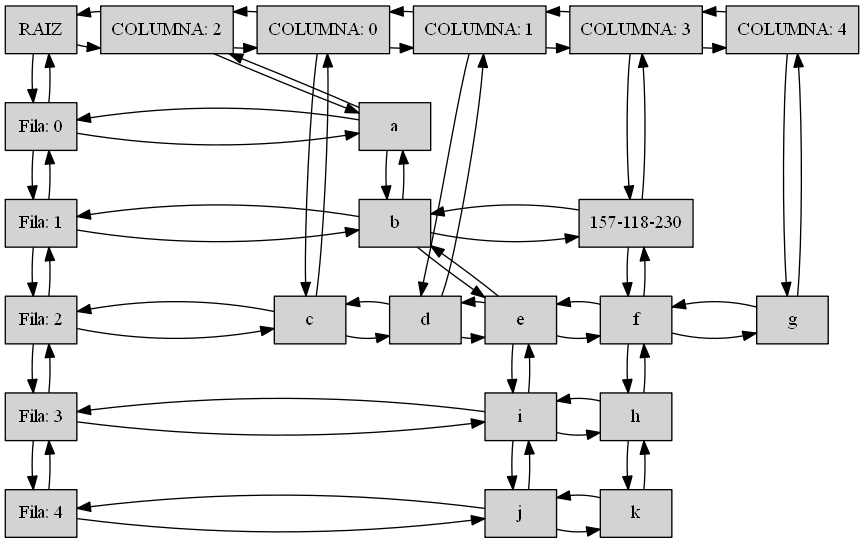
Before: Proyecto1_EDD_201701133/Grafica.png, a diagram exported from Graphviz (SelvinLP/EDD_2S2019_PY1_201701133). Its source is kept beside it as Proyecto1_EDD_201701133/Grafica.dot. Its diagram source:
```dot
digraph Grafica {
size="9,9"
node[shape=record,style=filled]
"RAIZ"[label ="{RAIZ}",group = 1]
"Fila: 0"[label ="{Fila: 0}" ,group = 1 ]
"Fila: 1"[label ="{Fila: 1}" ,group = 1 ]
"Fila: 2"[label ="{Fila: 2}" ,group = 1 ]
"Fila: 3"[label ="{Fila: 3}" ,group = 1 ]
"Fila: 4"[label ="{Fila: 4}" ,group = 1 ]
"COLUMNA: 2"[label ="{COLUMNA: 2}",group = 2]
"a"[label ="{a}" ,group = 2 ]
"b"[label ="{b}" ,group = 2 ]
"e"[label ="{e}" ,group = 2 ]
"i"[label ="{i}" ,group = 2 ]
"j"[label ="{j}" ,group = 2 ]
"COLUMNA: 0"[label ="{COLUMNA: 0}",group = 3]
"c"[label ="{c}" ,group = 3 ]
"COLUMNA: 1"[label ="{COLUMNA: 1}",group = 4]
"d"[label ="{d}" ,group = 4 ]
"COLUMNA: 3"[label ="{COLUMNA: 3}",group = 5]
"157-118-230"[label ="{157-118-230}" ,group = 5 ]
"f"[label ="{f}" ,group = 5 ]
"h"[label ="{h}" ,group = 5 ]
"k"[label ="{k}" ,group = 5 ]
"COLUMNA: 4"[label ="{COLUMNA: 4}",group = 6]
"g"[label ="{g}" ,group = 6 ]
{rank = same;"RAIZ";"COLUMNA: 2";"COLUMNA: 0";"COLUMNA: 1";"COLUMNA: 3";"COLUMNA: 4";}
{rank = same;"Fila: 0";"a";}
{rank = same;"Fila: 1";"b";"157-118-230";}
{rank = same;"Fila: 2";"c";"d";"e";"f";"g";}
{rank = same;"Fila: 3";"i";"h";}
{rank = same;"Fila: 4";"j";"k";}
"RAIZ" -> "Fila: 0"
"RAIZ" -> "Fila: 0"[dir=back]
"RAIZ" -> "COLUMNA: 2"
"RAIZ" -> "COLUMNA: 2"[dir=back]
"Fila: 0" -> "Fila: 1"
"Fila: 0" -> "Fila: 1"[dir=back]
"Fila: 0" -> "a"
"Fila: 0" -> "a"[dir=back]
"Fila: 1" -> "Fila: 2"
"Fila: 1" -> "Fila: 2"[dir=back]
"Fila: 1" -> "b"
"Fila: 1" -> "b"[dir=back]
"Fila: 2" -> "Fila: 3"
"Fila: 2" -> "Fila: 3"[dir=back]
"Fila: 2" -> "c"
"Fila: 2" -> "c"[dir=back]
"Fila: 3" -> "Fila: 4"
"Fila: 3" -> "Fila: 4"[dir=back]
"Fila: 3" -> "i"
"Fila: 3" -> "i"[dir=back]
"Fila: 4" -> "j"
"Fila: 4" -> "j"[dir=back]
"COLUMNA: 2" -> "a"
"COLUMNA: 2" -> "a"[dir=back]
"COLUMNA: 2" -> "COLUMNA: 0"
"COLUMNA: 2" -> "COLUMNA: 0"[dir=back]
"a" -> "b"
"a" -> "b"[dir=back]
"b" -> "e"
"b" -> "e"[dir=back]
"b" -> "157-118-230"
"b" -> "157-118-230"[dir=back]
"e" -> "i"
"e" -> "i"[dir=back]
"e" -> "f"
"e" -> "f"[dir=back]
"i" -> "j"
"i" -> "j"[dir=back]
"i" -> "h"
"i" -> "h"[dir=back]
"j" -> "k"
"j" -> "k"[dir=back]
"COLUMNA: 0" -> "c"
"COLUMNA: 0" -> "c"[dir=back]
"COLUMNA: 0" -> "COLUMNA: 1"
"COLUMNA: 0" -> "COLUMNA: 1"[dir=back]
"c" -> "d"
"c" -> "d"[dir=back]
"COLUMNA: 1" -> "d"
"COLUMNA: 1" -> "d"[dir=back]
"COLUMNA: 1" -> "COLUMNA: 3"
"COLUMNA: 1" -> "COLUMNA: 3"[dir=back]
"d" -> "e"
"d" -> "e"[dir=back]
"COLUMNA: 3" -> "157-118-230"
"COLUMNA: 3" -> "157-118-230"[dir=back]
"COLUMNA: 3" -> "COLUMNA: 4"
"COLUMNA: 3" -> "COLUMNA: 4"[dir=back]
"157-118-230" -> "f"
"157-118-230" -> "f"[dir=back]
"f" -> "h"
"f" -> "h"[dir=back]
"f" -> "g"
"f" -> "g"[dir=back]
"h" -> "k"
"h" -> "k"[dir=back]
"COLUMNA: 4" -> "g"
"COLUMNA: 4" -> "g"[dir=back]
}
```
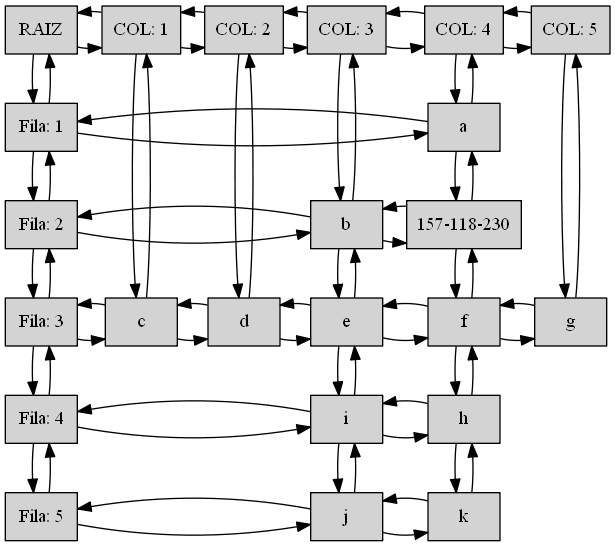
The same diagram one commit later.

Diff of the diagram source:
```diff
@@ -2,62 +2,72 @@
 size="9,9"
 node[shape=record,style=filled]
 "RAIZ"[label ="{RAIZ}",group = 1]
-"Fila: 0"[label ="{Fila: 0}" ,group = 1 ]
 "Fila: 1"[label ="{Fila: 1}" ,group = 1 ]
 "Fila: 2"[label ="{Fila: 2}" ,group = 1 ]
 "Fila: 3"[label ="{Fila: 3}" ,group = 1 ]
 "Fila: 4"[label ="{Fila: 4}" ,group = 1 ]
-"COLUMNA: 2"[label ="{COLUMNA: 2}",group = 2]
-"a"[label ="{a}" ,group = 2 ]
-"b"[label ="{b}" ,group = 2 ]
-"e"[label ="{e}" ,group = 2 ]
-"i"[label ="{i}" ,group = 2 ]
-"j"[label ="{j}" ,group = 2 ]
-"COLUMNA: 0"[label ="{COLUMNA: 0}",group = 3]
-"c"[label ="{c}" ,group = 3 ]
-"COLUMNA: 1"[label ="{COLUMNA: 1}",group = 4]
-"d"[label ="{d}" ,group = 4 ]
-"COLUMNA: 3"[label ="{COLUMNA: 3}",group = 5]
+"Fila: 5"[label ="{Fila: 5}" ,group = 1 ]
+"COL: 1"[label ="{COL: 1}",group = 2]
+"c"[label ="{c}" ,group = 2 ]
+"COL: 2"[label ="{COL: 2}",group = 3]
+"d"[label ="{d}" ,group = 3 ]
+"COL: 3"[label ="{COL: 3}",group = 4]
+"b"[label ="{b}" ,group = 4 ]
+"e"[label ="{e}" ,group = 4 ]
+"i"[label ="{i}" ,group = 4 ]
+"j"[label ="{j}" ,group = 4 ]
+"COL: 4"[label ="{COL: 4}",group = 5]
+"a"[label ="{a}" ,group = 5 ]
 "157-118-230"[label ="{157-118-230}" ,group = 5 ]
 "f"[label ="{f}" ,group = 5 ]
 "h"[label ="{h}" ,group = 5 ]
 "k"[label ="{k}" ,group = 5 ]
-"COLUMNA: 4"[label ="{COLUMNA: 4}",group = 6]
+"COL: 5"[label ="{COL: 5}",group = 6]
 "g"[label ="{g}" ,group = 6 ]
-{rank = same;"RAIZ";"COLUMNA: 2";"COLUMNA: 0";"COLUMNA: 1";"COLUMNA: 3";"COLUMNA: 4";}
-{rank = same;"Fila: 0";"a";}
-{rank = same;"Fila: 1";"b";"157-118-230";}
-{rank = same;"Fila: 2";"c";"d";"e";"f";"g";}
-{rank = same;"Fila: 3";"i";"h";}
-{rank = same;"Fila: 4";"j";"k";}
-"RAIZ" -> "Fila: 0"
-"RAIZ" -> "Fila: 0"[dir=back]
-"RAIZ" -> "COLUMNA: 2"
-"RAIZ" -> "COLUMNA: 2"[dir=back]
-"Fila: 0" -> "Fila: 1"
-"Fila: 0" -> "Fila: 1"[dir=back]
-"Fila: 0" -> "a"
-"Fila: 0" -> "a"[dir=back]
+{rank = same;"RAIZ";"COL: 1";"COL: 2";"COL: 3";"COL: 4";"COL: 5";}
+{rank = same;"Fila: 1";"a";}
+{rank = same;"Fila: 2";"b";"157-118-230";}
+{rank = same;"Fila: 3";"c";"d";"e";"f";"g";}
+{rank = same;"Fila: 4";"i";"h";}
+{rank = same;"Fila: 5";"j";"k";}
+"RAIZ" -> "Fila: 1"
+"RAIZ" -> "Fila: 1"[dir=back]
+"RAIZ" -> "COL: 1"
+"RAIZ" -> "COL: 1"[dir=back]
 "Fila: 1" -> "Fila: 2"
 "Fila: 1" -> "Fila: 2"[dir=back]
-"Fila: 1" -> "b"
-"Fila: 1" -> "b"[dir=back]
+"Fila: 1" -> "a"
+"Fila: 1" -> "a"[dir=back]
 "Fila: 2" -> "Fila: 3"
 "Fila: 2" -> "Fila: 3"[dir=back]
-"Fila: 2" -> "c"
-"Fila: 2" -> "c"[dir=back]
+"Fila: 2" -> "b"
+"Fila: 2" -> "b"[dir=back]
 "Fila: 3" -> "Fila: 4"
 "Fila: 3" -> "Fila: 4"[dir=back]
-"Fila: 3" -> "i"
-"Fila: 3" -> "i"[dir=back]
-"Fila: 4" -> "j"
-"Fila: 4" -> "j"[dir=back]
-"COLUMNA: 2" -> "a"
-"COLUMNA: 2" -> "a"[dir=back]
-"COLUMNA: 2" -> "COLUMNA: 0"
-"COLUMNA: 2" -> "COLUMNA: 0"[dir=back]
-"a" -> "b"
-"a" -> "b"[dir=back]
+"Fila: 3" -> "c"
+"Fila: 3" -> "c"[dir=back]
+"Fila: 4" -> "Fila: 5"
+"Fila: 4" -> "Fila: 5"[dir=back]
+"Fila: 4" -> "i"
+"Fila: 4" -> "i"[dir=back]
+"Fila: 5" -> "j"
+"Fila: 5" -> "j"[dir=back]
+"COL: 1" -> "c"
+"COL: 1" -> "c"[dir=back]
+"COL: 1" -> "COL: 2"
+"COL: 1" -> "COL: 2"[dir=back]
+"c" -> "d"
+"c" -> "d"[dir=back]
+"COL: 2" -> "d"
+"COL: 2" -> "d"[dir=back]
+"COL: 2" -> "COL: 3"
+"COL: 2" -> "COL: 3"[dir=back]
+"d" -> "e"
+"d" -> "e"[dir=back]
+"COL: 3" -> "b"
+"COL: 3" -> "b"[dir=back]
+"COL: 3" -> "COL: 4"
+"COL: 3" -> "COL: 4"[dir=back]
 "b" -> "e"
 "b" -> "e"[dir=back]
 "b" -> "157-118-230"
@@ -72,22 +82,12 @@
 "i" -> "h"[dir=back]
 "j" -> "k"
 "j" -> "k"[dir=back]
-"COLUMNA: 0" -> "c"
-"COLUMNA: 0" -> "c"[dir=back]
-"COLUMNA: 0" -> "COLUMNA: 1"
-"COLUMNA: 0" -> "COLUMNA: 1"[dir=back]
-"c" -> "d"
-"c" -> "d"[dir=back]
-"COLUMNA: 1" -> "d"
-"COLUMNA: 1" -> "d"[dir=back]
-"COLUMNA: 1" -> "COLUMNA: 3"
-"COLUMNA: 1" -> "COLUMNA: 3"[dir=back]
-"d" -> "e"
-"d" -> "e"[dir=back]
-"COLUMNA: 3" -> "157-118-230"
-"COLUMNA: 3" -> "157-118-230"[dir=back]
-"COLUMNA: 3" -> "COLUMNA: 4"
-"COLUMNA: 3" -> "COLUMNA: 4"[dir=back]
+"COL: 4" -> "a"
+"COL: 4" -> "a"[dir=back]
+"COL: 4" -> "COL: 5"
+"COL: 4" -> "COL: 5"[dir=back]
+"a" -> "157-118-230"
+"a" -> "157-118-230"[dir=back]
 "157-118-230" -> "f"
 "157-118-230" -> "f"[dir=back]
 "f" -> "h"
@@ -96,6 +96,6 @@
 "f" -> "g"[dir=back]
 "h" -> "k"
 "h" -> "k"[dir=back]
-"COLUMNA: 4" -> "g"
-"COLUMNA: 4" -> "g"[dir=back]
+"COL: 5" -> "g"
+"COL: 5" -> "g"[dir=back]
 }
```
